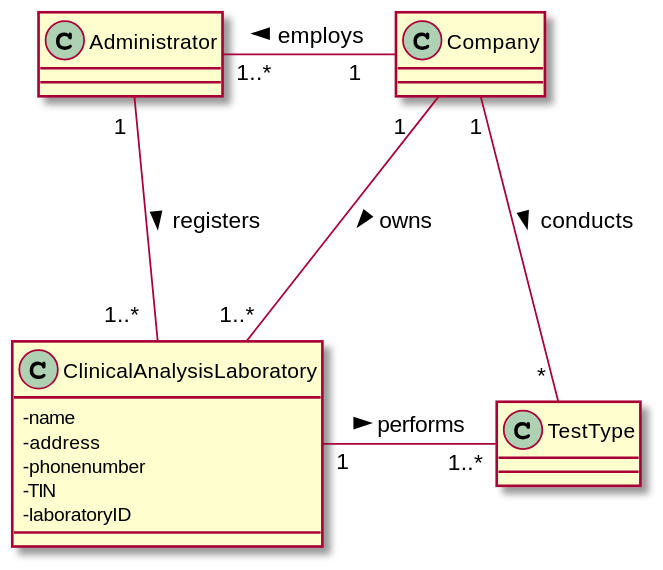
The PlantUML diagram docs/SprintB/US8/US8_DM.svg in MadDinosaur/ISEP-LAPR2, before a commit.
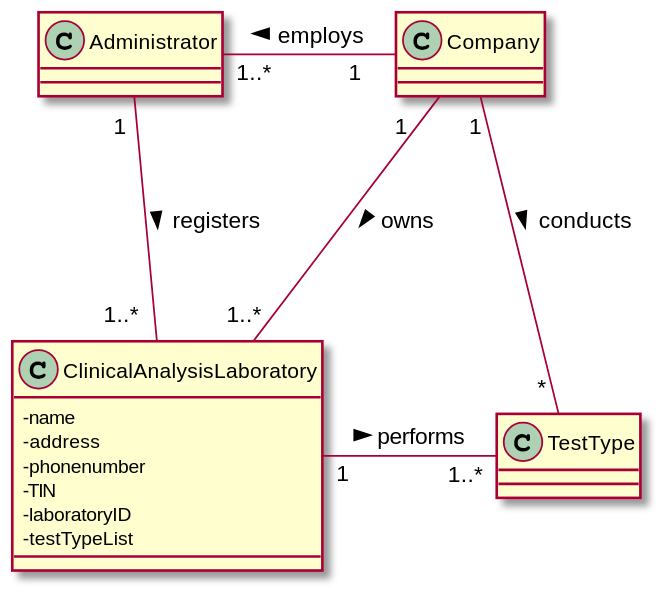
The same file after the commit.

What changed in the source:
```diff
@@ -9,6 +9,7 @@
 -phonenumber
 -TIN
 -laboratoryID
+-testTypeList
 }
 class TestType
 
```
